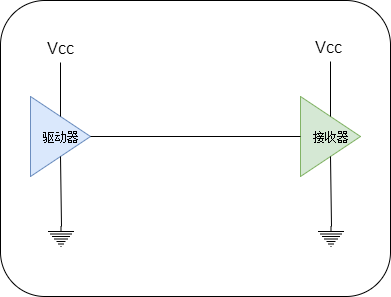
Earlier version of the draw.io export 2018-01-06-典型的单端电路.png (zhangqunwei/Image-material). Source tidied: cells renumbered, new cells last; positions are measured from the earlier drawing's top-left corner, leaving out a move shared by most shapes. Its diagram source:
```xml
<mxGraphModel background="#ffffff">
  <root>
    <mxCell id="0" />
    <mxCell id="1" parent="0" />
    <mxCell id="2" style="rounded=1;whiteSpace=wrap;html=1;shadow=0;fillColor=#ffffff;fontSize=16;" parent="1" vertex="1">
      <mxGeometry width="390" height="296" as="geometry" />
    </mxCell>
    <mxCell id="3" style="group;" parent="1" vertex="1">
      <mxGeometry x="30" y="31" width="333" height="215" as="geometry" />
    </mxCell>
    <mxCell id="4" style="group;" parent="3" vertex="1">
      <mxGeometry width="333" height="215" as="geometry" />
    </mxCell>
    <mxCell id="5" value="驱动器" style="triangle;whiteSpace=wrap;html=1;shadow=0;fillColor=#dae8fc;strokeColor=#6c8ebf;" parent="4" vertex="1">
      <mxGeometry y="65" width="60" height="80" as="geometry" />
    </mxCell>
    <mxCell id="6" value="接收器" style="triangle;whiteSpace=wrap;html=1;shadow=0;fillColor=#d5e8d4;strokeColor=#82b366;" parent="4" vertex="1">
      <mxGeometry x="270" y="65" width="60" height="80" as="geometry" />
    </mxCell>
    <mxCell id="7" style="endArrow=none;html=1;entryX=0;entryY=0.5;exitX=1;exitY=0.5;shadow=0;fillColor=#ffffff;strokeColor=#000000;" parent="4" edge="1" source="5" target="6">
      <mxGeometry relative="1" as="geometry" />
    </mxCell>
    <mxCell id="8" style="endArrow=none;html=1;entryX=0.5;entryY=1;exitX=0.5;exitY=0;exitPerimeter=0;shadow=0;fillColor=#ffffff;strokeColor=#000000;" parent="4" edge="1" source="12" target="5">
      <mxGeometry relative="1" as="geometry" />
    </mxCell>
    <mxCell id="9" style="endArrow=none;html=1;entryX=0.5;entryY=1;exitX=0.5;exitY=0;exitPerimeter=0;shadow=0;fillColor=#ffffff;strokeColor=#000000;" parent="4" edge="1" source="13">
      <mxGeometry relative="1" as="geometry">
        <mxPoint x="300" y="125" as="targetPoint" />
      </mxGeometry>
    </mxCell>
    <mxCell id="10" style="endArrow=none;html=1;entryX=0.5;entryY=1;exitX=0.5;exitY=0;entryPerimeter=0;shadow=0;fillColor=#ffffff;strokeColor=#000000;" parent="4" edge="1" source="5">
      <mxGeometry relative="1" as="geometry">
        <mxPoint x="30" y="25" as="targetPoint" />
      </mxGeometry>
    </mxCell>
    <mxCell id="11" style="endArrow=none;html=1;entryX=0.5;entryY=1;entryPerimeter=0;shadow=0;fillColor=#ffffff;strokeColor=#000000;" parent="4" edge="1">
      <mxGeometry relative="1" as="geometry">
        <mxPoint x="300" y="85" as="sourcePoint" />
        <mxPoint x="300" y="25" as="targetPoint" />
      </mxGeometry>
    </mxCell>
    <mxCell id="12" style="verticalLabelPosition=bottom;shadow=0;dashed=0;align=center;fillColor=#ffffff;html=1;verticalAlign=top;strokeWidth=1;shape=mxgraph.electrical.signal_sources.protective_earth;strokeColor=#000000;" parent="4" vertex="1">
      <mxGeometry x="18" y="195" width="25" height="20" as="geometry" />
    </mxCell>
    <mxCell id="13" style="verticalLabelPosition=bottom;shadow=0;dashed=0;align=center;fillColor=#ffffff;html=1;verticalAlign=top;strokeWidth=1;shape=mxgraph.electrical.signal_sources.protective_earth;strokeColor=#000000;" parent="4" vertex="1">
      <mxGeometry x="288" y="195" width="25" height="20" as="geometry" />
    </mxCell>
    <mxCell id="14" value="Vcc" style="text;html=1;fontSize=16;shadow=0;fillColor=#ffffff;strokeColor=none;" parent="4" vertex="1">
      <mxGeometry x="15" y="1" width="40" height="30" as="geometry" />
    </mxCell>
    <mxCell id="15" value="Vcc" style="text;html=1;fontSize=16;shadow=0;fillColor=#ffffff;strokeColor=none;" parent="4" vertex="1">
      <mxGeometry x="283" width="50" height="30" as="geometry" />
    </mxCell>
  </root>
</mxGraphModel>
```
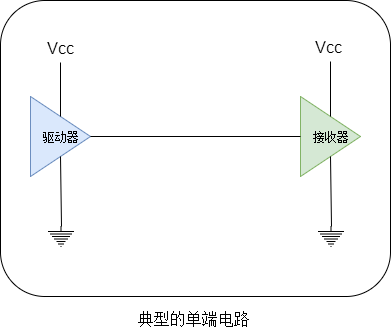
After the change.

Commit message:
Update 2018-01-06-典型的单端电路.png

Diff of the diagram source:
```diff
@@ -51,5 +51,8 @@
     <mxCell id="15" value="Vcc" style="text;html=1;fontSize=16;shadow=0;fillColor=#ffffff;strokeColor=none;" parent="4" vertex="1">
       <mxGeometry x="283" width="50" height="30" as="geometry" />
     </mxCell>
+    <mxCell id="16" value="典型的单端电路" style="text;html=1;strokeColor=none;fillColor=#ffffff;align=center;verticalAlign=middle;whiteSpace=wrap;rounded=0;shadow=0;fontSize=16;" parent="1" vertex="1">
+      <mxGeometry x="78" y="308" width="230" height="20" as="geometry" />
+    </mxCell>
   </root>
 </mxGraphModel>
```
